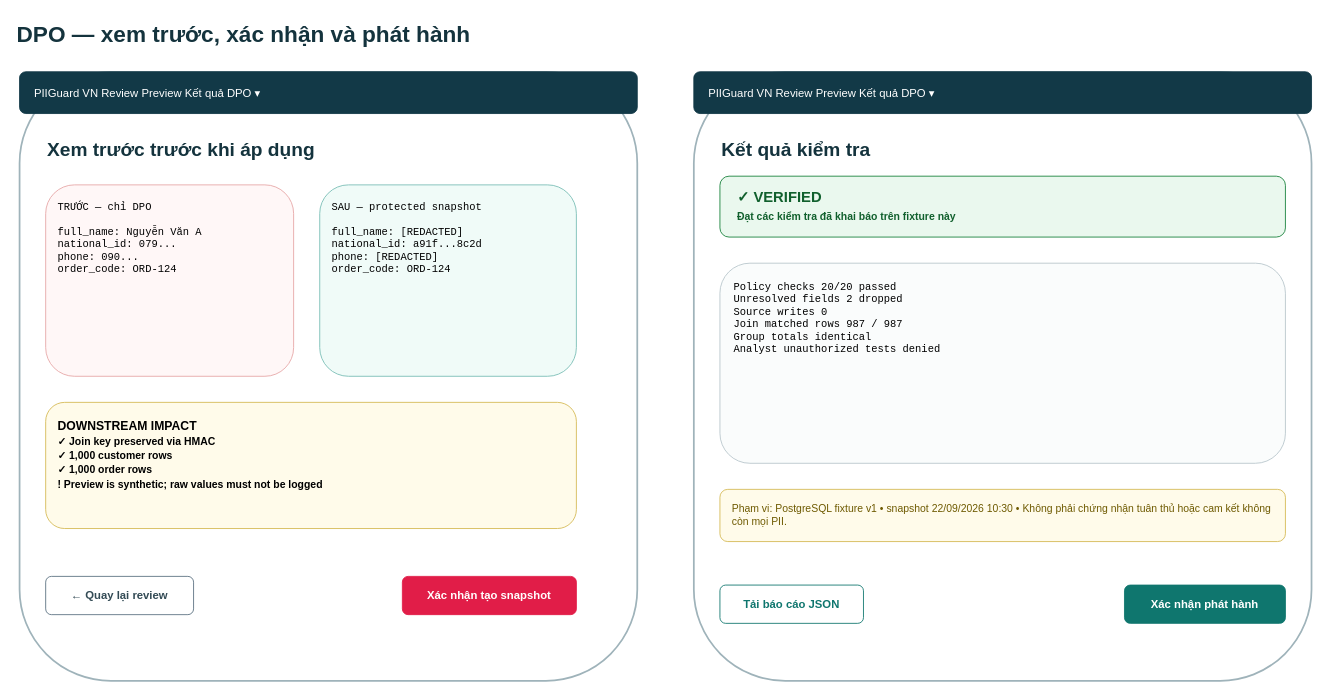
tlong1610/PII_Masking keeps this draw.io diagram as page "03 - Preview, Apply & Results" (3 of 10) of docs/fe_design/piiguard-ui-flow.drawio. Above is the earlier version. Source tidied: cells renumbered, new cells numbered last; positions are measured from the earlier drawing's top-left corner, leaving out a move shared by most shapes. Both pictures are drawn from the tidied source at 87%, with x=0, y=0 at pixel (15, 15).
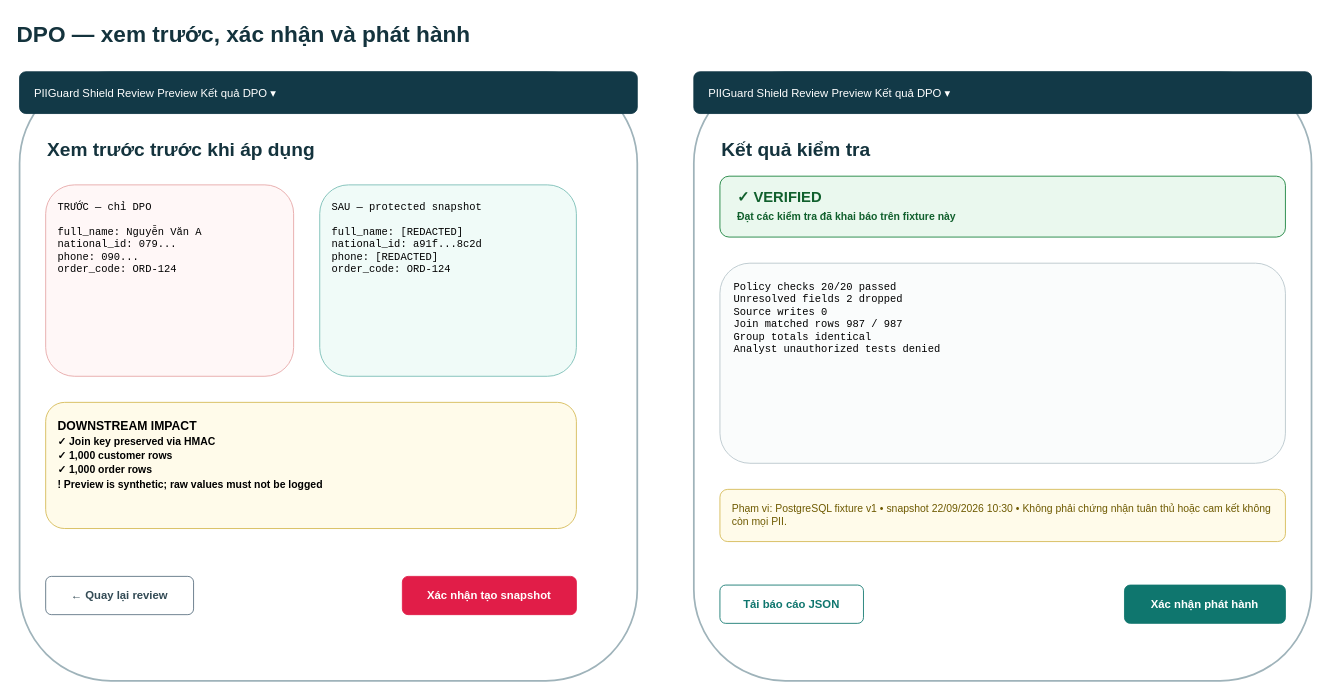
The same page after the edit.

The edit, as a diff of the source:
```diff
@@
 <mxGraphModel>
   <root>
     <mxCell id="0" />
     <mxCell id="1" parent="0" />
     <mxCell id="2" value="DPO — xem trước, xác nhận và phát hành" style="text;html=1;fontSize=26;fontStyle=1;fontColor=#14333D;" parent="1" vertex="1">
       <mxGeometry width="800" height="40" as="geometry" />
     </mxCell>
     <mxCell id="3" style="rounded=1;whiteSpace=wrap;html=1;fillColor=#FFFFFF;strokeColor=#9FB3BA;strokeWidth=2;" parent="1" vertex="1">
       <mxGeometry x="5" y="65" width="710" height="700" as="geometry" />
     </mxCell>
-    <mxCell id="4" value="PIIGuard VN     Review     Preview     Kết quả                              DPO ▾" style="rounded=1;whiteSpace=wrap;html=1;fillColor=#123947;strokeColor=#123947;fontColor=#FFFFFF;fontSize=13;align=left;spacingLeft=15;" parent="1" vertex="1">
+    <mxCell id="4" value="PIIGuard Shield     Review     Preview     Kết quả                              DPO ▾" style="rounded=1;whiteSpace=wrap;html=1;fillColor=#123947;strokeColor=#123947;fontColor=#FFFFFF;fontSize=13;align=left;spacingLeft=15;" parent="1" vertex="1">
       <mxGeometry x="5" y="65" width="710" height="48" as="geometry" />
     </mxCell>
     <mxCell id="5" value="Xem trước trước khi áp dụng" style="text;html=1;fontSize=22;fontStyle=1;fontColor=#14333D;" parent="1" vertex="1">
       <mxGeometry x="35" y="135" width="360" height="35" as="geometry" />
     </mxCell>
     <mxCell id="6" value="TRƯỚC — chỉ DPO&lt;br&gt;&lt;br&gt;full_name: Nguyễn Văn A&lt;br&gt;national_id: 079...&lt;br&gt;phone: 090...&lt;br&gt;order_code: ORD-124" style="rounded=1;whiteSpace=wrap;html=1;fillColor=#FFF7F7;strokeColor=#E6A5A5;fontFamily=Courier New;fontSize=12;align=left;verticalAlign=top;spacing=14;" parent="1" vertex="1">
       <mxGeometry x="35" y="195" width="285" height="220" as="geometry" />
     </mxCell>
     <mxCell id="7" value="SAU — protected snapshot&lt;br&gt;&lt;br&gt;full_name: [REDACTED]&lt;br&gt;national_id: a91f...8c2d&lt;br&gt;phone: [REDACTED]&lt;br&gt;order_code: ORD-124" style="rounded=1;whiteSpace=wrap;html=1;fillColor=#F0FBF8;strokeColor=#77BDB5;fontFamily=Courier New;fontSize=12;align=left;verticalAlign=top;spacing=14;" parent="1" vertex="1">
       <mxGeometry x="350" y="195" width="295" height="220" as="geometry" />
     </mxCell>
     <mxCell id="8" value="DOWNSTREAM IMPACT&lt;br&gt;&lt;font style=&quot;font-size:12px&quot;&gt;✓ Join key preserved via HMAC&lt;br&gt;✓ 1,000 customer rows&lt;br&gt;✓ 1,000 order rows&lt;br&gt;! Preview is synthetic; raw values must not be logged&lt;/font&gt;" style="rounded=1;whiteSpace=wrap;html=1;fillColor=#FFFBEA;strokeColor=#D5B954;fontSize=14;fontStyle=1;align=left;verticalAlign=top;spacing=14;" parent="1" vertex="1">
       <mxGeometry x="35" y="445" width="610" height="145" as="geometry" />
     </mxCell>
     <mxCell id="9" value="← Quay lại review" style="rounded=1;whiteSpace=wrap;html=1;fillColor=#FFFFFF;strokeColor=#5B7180;fontColor=#334B55;fontSize=13;fontStyle=1;" parent="1" vertex="1">
       <mxGeometry x="35" y="645" width="170" height="44" as="geometry" />
     </mxCell>
     <mxCell id="10" value="Xác nhận tạo snapshot" style="rounded=1;whiteSpace=wrap;html=1;fillColor=#E11D48;strokeColor=#E11D48;fontColor=#FFFFFF;fontSize=13;fontStyle=1;" parent="1" vertex="1">
       <mxGeometry x="445" y="645" width="200" height="44" as="geometry" />
     </mxCell>
     <mxCell id="11" style="rounded=1;whiteSpace=wrap;html=1;fillColor=#FFFFFF;strokeColor=#9FB3BA;strokeWidth=2;" parent="1" vertex="1">
       <mxGeometry x="780" y="65" width="710" height="700" as="geometry" />
     </mxCell>
-    <mxCell id="12" value="PIIGuard VN     Review     Preview     Kết quả                              DPO ▾" style="rounded=1;whiteSpace=wrap;html=1;fillColor=#123947;strokeColor=#123947;fontColor=#FFFFFF;fontSize=13;align=left;spacingLeft=15;" parent="1" vertex="1">
+    <mxCell id="12" value="PIIGuard Shield     Review     Preview     Kết quả                              DPO ▾" style="rounded=1;whiteSpace=wrap;html=1;fillColor=#123947;strokeColor=#123947;fontColor=#FFFFFF;fontSize=13;align=left;spacingLeft=15;" parent="1" vertex="1">
       <mxGeometry x="780" y="65" width="710" height="48" as="geometry" />
     </mxCell>
     <mxCell id="13" value="Kết quả kiểm tra" style="text;html=1;fontSize=22;fontStyle=1;fontColor=#14333D;" parent="1" vertex="1">
       <mxGeometry x="810" y="135" width="300" height="35" as="geometry" />
     </mxCell>
     <mxCell id="14" value="✓ VERIFIED&lt;br&gt;&lt;font style=&quot;font-size:12px&quot;&gt;Đạt các kiểm tra đã khai báo trên fixture này&lt;/font&gt;" style="rounded=1;whiteSpace=wrap;html=1;fillColor=#EAF8EE;strokeColor=#16803A;fontColor=#11602D;fontSize=17;fontStyle=1;align=left;spacingLeft=18;" parent="1" vertex="1">
       <mxGeometry x="810" y="185" width="650" height="70" as="geometry" />
     </mxCell>
     <mxCell id="15" value="Policy checks                 20/20 passed&lt;br&gt;Unresolved fields            2 dropped&lt;br&gt;Source writes                 0&lt;br&gt;Join matched rows             987 / 987&lt;br&gt;Group totals                  identical&lt;br&gt;Analyst unauthorized tests    denied" style="rounded=1;whiteSpace=wrap;html=1;fillColor=#FAFCFC;strokeColor=#B8C6CB;fontFamily=Courier New;fontSize=12;align=left;verticalAlign=top;spacing=16;" parent="1" vertex="1">
       <mxGeometry x="810" y="285" width="650" height="230" as="geometry" />
     </mxCell>
     <mxCell id="16" value="Phạm vi: PostgreSQL fixture v1 • snapshot 22/09/2026 10:30 • Không phải chứng nhận tuân thủ hoặc cam kết không còn mọi PII." style="rounded=1;whiteSpace=wrap;html=1;fillColor=#FFFBEA;strokeColor=#D5B954;fontColor=#6E5A00;fontSize=12;align=left;spacingLeft=12;" parent="1" vertex="1">
       <mxGeometry x="810" y="545" width="650" height="60" as="geometry" />
     </mxCell>
     <mxCell id="17" value="Tải báo cáo JSON" style="rounded=1;whiteSpace=wrap;html=1;fillColor=#FFFFFF;strokeColor=#0F766E;fontColor=#0F766E;fontSize=13;fontStyle=1;" parent="1" vertex="1">
       <mxGeometry x="810" y="655" width="165" height="44" as="geometry" />
     </mxCell>
     <mxCell id="18" value="Xác nhận phát hành" style="rounded=1;whiteSpace=wrap;html=1;fillColor=#0F766E;strokeColor=#0F766E;fontColor=#FFFFFF;fontSize=13;fontStyle=1;" parent="1" vertex="1">
       <mxGeometry x="1275" y="655" width="185" height="44" as="geometry" />
     </mxCell>
   </root>
 </mxGraphModel>
```
